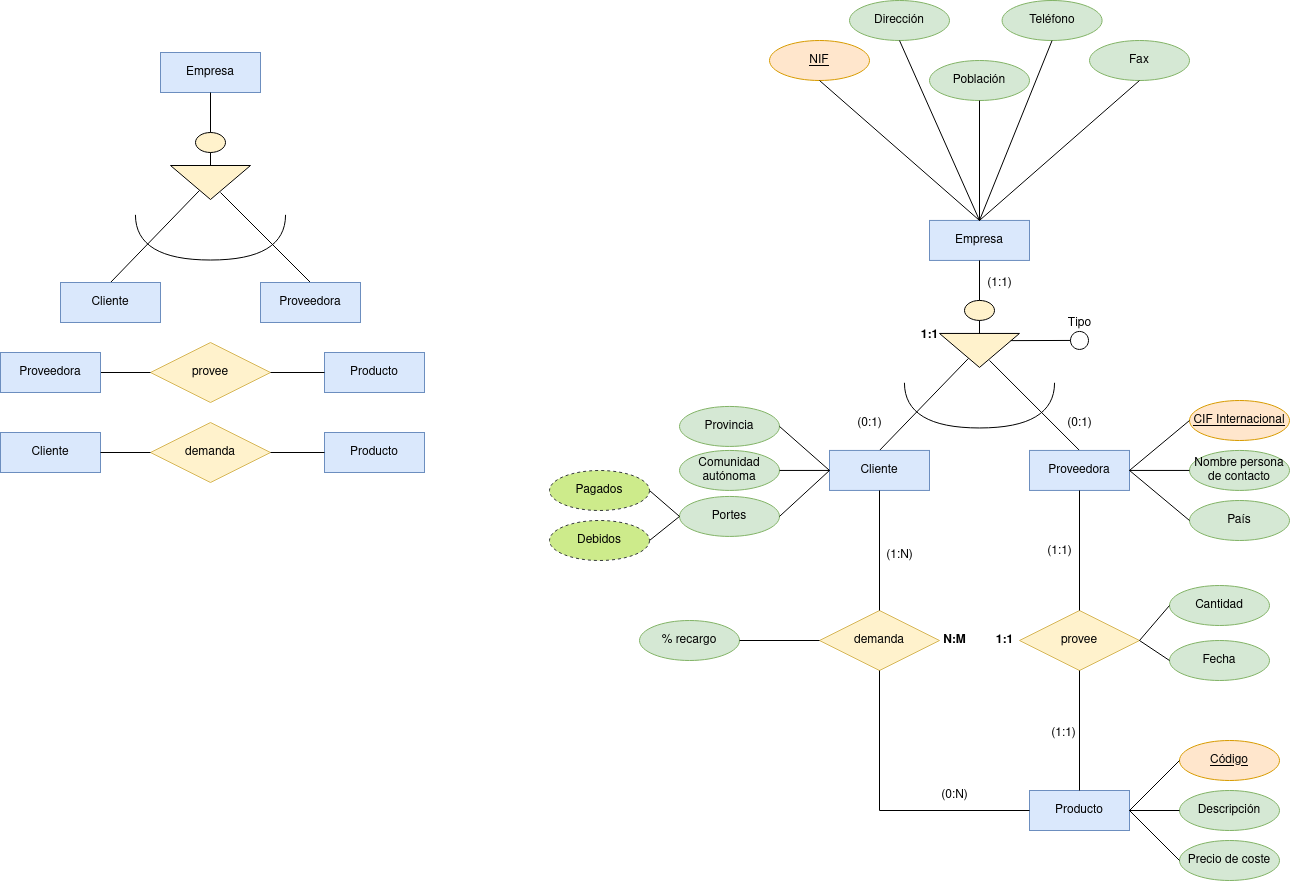
The draw.io diagram Unidad-1/Tareas/Tarea_Entregable-4/Diagrama Tarea Entregable 4.drawio.png in RafaelMayor/base-datos, before a commit. Source tidied: cells renumbered, new cells last; positions are measured from the earlier drawing's top-left corner, leaving out a move shared by most shapes.
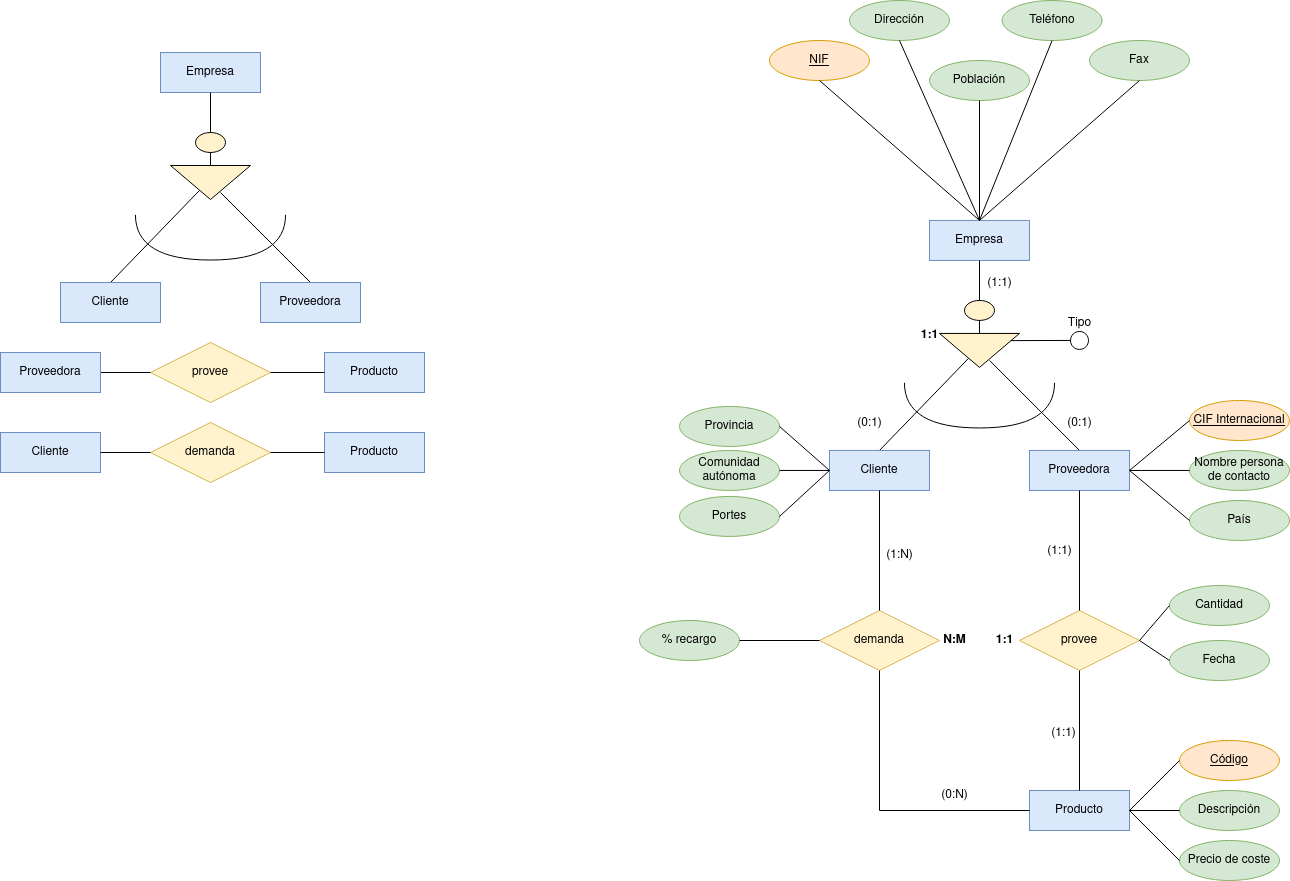
Later version of the same file.

What changed in the source:
```diff
@@ -116,12 +116,6 @@
     <mxCell id="39" value="Portes" style="ellipse;whiteSpace=wrap;html=1;align=center;fillColor=#d5e8d4;strokeColor=#82b366;" parent="1" vertex="1">
       <mxGeometry x="679" y="495.9" width="100" height="40" as="geometry" />
     </mxCell>
-    <mxCell id="40" style="endArrow=none;html=1;rounded=0;entryX=0;entryY=0.5;entryDx=0;entryDy=0;exitX=1;exitY=0.5;exitDx=0;exitDy=0;" parent="1" edge="1" source="46" target="39">
-      <mxGeometry relative="1" as="geometry" />
-    </mxCell>
-    <mxCell id="41" style="endArrow=none;html=1;rounded=0;entryX=0;entryY=0.5;entryDx=0;entryDy=0;exitX=1;exitY=0.5;exitDx=0;exitDy=0;" parent="1" edge="1" source="45" target="39">
-      <mxGeometry relative="1" as="geometry" />
-    </mxCell>
     <mxCell id="42" style="endArrow=none;html=1;rounded=0;entryX=0;entryY=0.5;entryDx=0;entryDy=0;exitX=1;exitY=0.5;exitDx=0;exitDy=0;" parent="1" edge="1" source="37" target="26">
       <mxGeometry relative="1" as="geometry" />
     </mxCell>
@@ -131,12 +125,6 @@
     <mxCell id="44" style="endArrow=none;html=1;rounded=0;entryX=0;entryY=0.5;entryDx=0;entryDy=0;exitX=1;exitY=0.5;exitDx=0;exitDy=0;" parent="1" edge="1" source="39" target="26">
       <mxGeometry relative="1" as="geometry" />
     </mxCell>
-    <mxCell id="45" value="Pagados" style="ellipse;whiteSpace=wrap;html=1;align=center;dashed=1;fillColor=#cdeb8b;strokeColor=#36393d;" parent="1" vertex="1">
-      <mxGeometry x="549" y="470" width="100" height="40" as="geometry" />
-    </mxCell>
-    <mxCell id="46" value="Debidos" style="ellipse;whiteSpace=wrap;html=1;align=center;dashed=1;fillColor=#cdeb8b;strokeColor=#36393d;" parent="1" vertex="1">
-      <mxGeometry x="549" y="520" width="100" height="40" as="geometry" />
-    </mxCell>
     <mxCell id="47" value="Nombre persona de contacto" style="ellipse;whiteSpace=wrap;html=1;align=center;fillColor=#d5e8d4;strokeColor=#82b366;" parent="1" vertex="1">
       <mxGeometry x="1189" y="449.9" width="100" height="40" as="geometry" />
     </mxCell>
```
